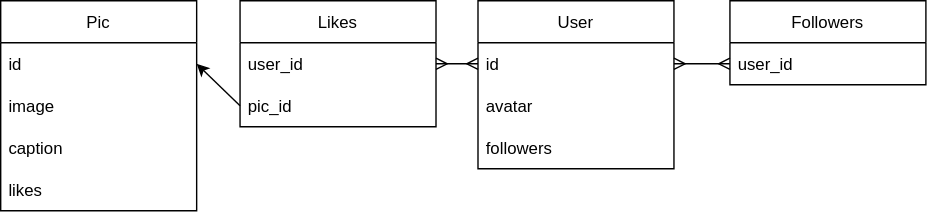
Before: 4 Django/demo/picster/db.drawio.svg, a diagram exported from draw.io (PdxCodeGuild/Class_Raven). Source tidied: cells renumbered, new cells last; positions are measured from the earlier drawing's top-left corner, leaving out a move shared by most shapes.
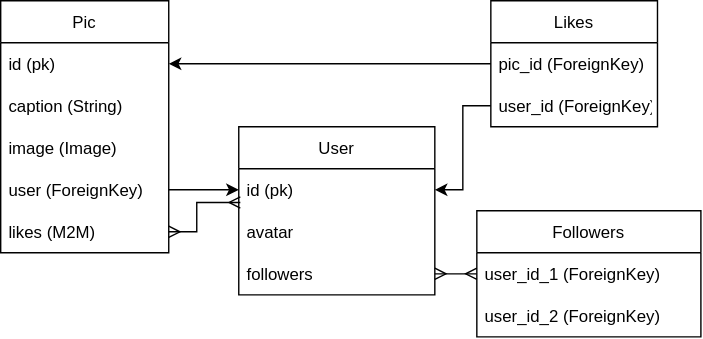
The same diagram one commit later.

Change to the diagram source:
```diff
@@ -3,33 +3,36 @@
     <mxCell id="0" />
     <mxCell id="1" parent="0" />
     <mxCell id="2" value="Pic" style="swimlane;fontStyle=0;horizontal=1;startSize=30;" parent="1" vertex="1">
-      <mxGeometry width="140" height="150" as="geometry" />
+      <mxGeometry x="161" y="-100" width="120" height="180" as="geometry" />
     </mxCell>
-    <mxCell id="3" value="id" style="text;strokeColor=none;fillColor=none;align=left;verticalAlign=middle;spacingLeft=4;spacingRight=4;overflow=hidden;points=[[0,0.5],[1,0.5]];portConstraint=eastwest;" parent="2" vertex="1">
-      <mxGeometry y="30" width="140" height="30" as="geometry" />
+    <mxCell id="3" value="id (pk)" style="text;strokeColor=none;fillColor=none;align=left;verticalAlign=middle;spacingLeft=4;spacingRight=4;overflow=hidden;points=[[0,0.5],[1,0.5]];portConstraint=eastwest;" parent="2" vertex="1">
+      <mxGeometry y="30" width="120" height="30" as="geometry" />
     </mxCell>
+    <mxCell id="5" value="caption (String)" style="text;strokeColor=none;fillColor=none;align=left;verticalAlign=middle;spacingLeft=4;spacingRight=4;overflow=hidden;" parent="2" vertex="1">
+      <mxGeometry y="60" width="120" height="30" as="geometry" />
+    </mxCell>
-    <mxCell id="4" value="image" style="text;strokeColor=none;fillColor=none;align=left;verticalAlign=middle;spacingLeft=4;spacingRight=4;overflow=hidden;" parent="2" vertex="1">
-      <mxGeometry y="60" width="140" height="30" as="geometry" />
+    <mxCell id="4" value="image (Image)" style="text;strokeColor=none;fillColor=none;align=left;verticalAlign=middle;spacingLeft=4;spacingRight=4;overflow=hidden;" parent="2" vertex="1">
+      <mxGeometry y="90" width="120" height="30" as="geometry" />
     </mxCell>
-    <mxCell id="5" value="caption" style="text;strokeColor=none;fillColor=none;align=left;verticalAlign=middle;spacingLeft=4;spacingRight=4;overflow=hidden;" parent="2" vertex="1">
-      <mxGeometry y="90" width="140" height="30" as="geometry" />
-    </mxCell>
+    <mxCell id="19" value="user (ForeignKey)" style="text;strokeColor=none;fillColor=none;align=left;verticalAlign=middle;spacingLeft=4;spacingRight=4;overflow=hidden;points=[[0,0.5],[1,0.5]];portConstraint=eastwest;" parent="2" vertex="1">
+      <mxGeometry y="120" width="120" height="30" as="geometry" />
+    </mxCell>
-    <mxCell id="6" value="likes" style="text;strokeColor=none;fillColor=none;align=left;verticalAlign=middle;spacingLeft=4;spacingRight=4;overflow=hidden;points=[[0,0.5],[1,0.5]];portConstraint=eastwest;" parent="2" vertex="1">
-      <mxGeometry y="120" width="140" height="30" as="geometry" />
+    <mxCell id="6" value="likes (M2M)" style="text;strokeColor=none;fillColor=none;align=left;verticalAlign=middle;spacingLeft=4;spacingRight=4;overflow=hidden;points=[[0,0.5],[1,0.5]];portConstraint=eastwest;" parent="2" vertex="1">
+      <mxGeometry y="150" width="120" height="30" as="geometry" />
     </mxCell>
     <mxCell id="7" value="Likes" style="swimlane;fontStyle=0;horizontal=1;startSize=30;" parent="1" vertex="1">
-      <mxGeometry x="171" width="140" height="90" as="geometry" />
+      <mxGeometry x="511" y="-100" width="119" height="90" as="geometry" />
     </mxCell>
+    <mxCell id="9" value="pic_id (ForeignKey)" style="text;strokeColor=none;fillColor=none;align=left;verticalAlign=middle;spacingLeft=4;spacingRight=4;overflow=hidden;points=[[0,0.5],[1,0.5]];portConstraint=eastwest;" parent="7" vertex="1">
+      <mxGeometry y="30" width="119" height="30" as="geometry" />
+    </mxCell>
-    <mxCell id="8" value="user_id" style="text;strokeColor=none;fillColor=none;align=left;verticalAlign=middle;spacingLeft=4;spacingRight=4;overflow=hidden;points=[[0,0.5],[1,0.5]];portConstraint=eastwest;" parent="7" vertex="1">
-      <mxGeometry y="30" width="140" height="30" as="geometry" />
+    <mxCell id="8" value="user_id (ForeignKey)" style="text;strokeColor=none;fillColor=none;align=left;verticalAlign=middle;spacingLeft=4;spacingRight=4;overflow=hidden;points=[[0,0.5],[1,0.5]];portConstraint=eastwest;" parent="7" vertex="1">
+      <mxGeometry y="60" width="119" height="30" as="geometry" />
     </mxCell>
-    <mxCell id="9" value="pic_id" style="text;strokeColor=none;fillColor=none;align=left;verticalAlign=middle;spacingLeft=4;spacingRight=4;overflow=hidden;points=[[0,0.5],[1,0.5]];portConstraint=eastwest;" parent="7" vertex="1">
-      <mxGeometry y="60" width="140" height="30" as="geometry" />
-    </mxCell>
     <mxCell id="10" value="User" style="swimlane;fontStyle=0;horizontal=1;startSize=30;" parent="1" vertex="1">
-      <mxGeometry x="341" width="140" height="120" as="geometry" />
+      <mxGeometry x="331" y="-10" width="140" height="120" as="geometry" />
     </mxCell>
-    <mxCell id="11" value="id" style="text;strokeColor=none;fillColor=none;align=left;verticalAlign=middle;spacingLeft=4;spacingRight=4;overflow=hidden;points=[[0,0.5],[1,0.5]];portConstraint=eastwest;" parent="10" vertex="1">
+    <mxCell id="11" value="id (pk)" style="text;strokeColor=none;fillColor=none;align=left;verticalAlign=middle;spacingLeft=4;spacingRight=4;overflow=hidden;points=[[0,0.5],[1,0.5]];portConstraint=eastwest;" parent="10" vertex="1">
       <mxGeometry y="30" width="140" height="30" as="geometry" />
     </mxCell>
     <mxCell id="12" value="avatar" style="text;strokeColor=none;fillColor=none;align=left;verticalAlign=middle;spacingLeft=4;spacingRight=4;overflow=hidden;" parent="10" vertex="1">
@@ -38,25 +41,45 @@
     <mxCell id="13" value="followers" style="text;strokeColor=none;fillColor=none;align=left;verticalAlign=middle;spacingLeft=4;spacingRight=4;overflow=hidden;points=[[0,0.5],[1,0.5]];portConstraint=eastwest;" parent="10" vertex="1">
       <mxGeometry y="90" width="140" height="30" as="geometry" />
     </mxCell>
-    <mxCell id="14" style="edgeStyle=none;html=1;entryX=1;entryY=0.5;entryDx=0;entryDy=0;exitX=0;exitY=0.5;exitDx=0;exitDy=0;" parent="1" edge="1" source="9" target="3">
-      <mxGeometry relative="1" as="geometry" />
-    </mxCell>
     <mxCell id="15" value="Followers" style="swimlane;fontStyle=0;horizontal=1;startSize=30;" parent="1" vertex="1">
-      <mxGeometry x="521" width="140" height="60" as="geometry" />
+      <mxGeometry x="501" y="50" width="160" height="90" as="geometry" />
     </mxCell>
-    <mxCell id="16" value="user_id" style="text;strokeColor=none;fillColor=none;align=left;verticalAlign=middle;spacingLeft=4;spacingRight=4;overflow=hidden;points=[[0,0.5],[1,0.5]];portConstraint=eastwest;" parent="15" vertex="1">
-      <mxGeometry y="30" width="140" height="30" as="geometry" />
+    <mxCell id="16" value="user_id_1 (ForeignKey)" style="text;strokeColor=none;fillColor=none;align=left;verticalAlign=middle;spacingLeft=4;spacingRight=4;overflow=hidden;points=[[0,0.5],[1,0.5]];portConstraint=eastwest;" parent="15" vertex="1">
+      <mxGeometry y="30" width="160" height="30" as="geometry" />
     </mxCell>
+    <mxCell id="20" value="user_id_2 (ForeignKey)" style="text;strokeColor=none;fillColor=none;align=left;verticalAlign=middle;spacingLeft=4;spacingRight=4;overflow=hidden;" parent="15" vertex="1">
+      <mxGeometry y="60" width="160" height="30" as="geometry" />
+    </mxCell>
-    <mxCell id="17" style="edgeStyle=none;html=1;exitX=1;exitY=0.5;exitDx=0;exitDy=0;exitPerimeter=0;entryX=0;entryY=0.5;entryDx=0;entryDy=0;startArrow=ERmany;startFill=0;endArrow=ERmany;endFill=0;" parent="1" edge="1" source="11">
-      <mxGeometry relative="1" as="geometry">
-        <mxPoint x="521" y="45" as="targetPoint" />
-        <Array as="points">
-          <mxPoint x="501" y="45" />
-        </Array>
-      </mxGeometry>
+    <mxCell id="17" style="edgeStyle=none;html=1;entryX=0;entryY=0.5;entryDx=0;entryDy=0;startArrow=ERmany;startFill=0;endArrow=ERmany;endFill=0;entryPerimeter=0;exitX=1;exitY=0.5;exitDx=0;exitDy=0;" parent="1" edge="1" source="13" target="16">
+      <mxGeometry relative="1" as="geometry" />
     </mxCell>
+    <mxCell id="21" style="edgeStyle=none;html=1;entryX=0;entryY=0.5;entryDx=0;entryDy=0;startArrow=none;startFill=0;endArrow=classic;endFill=1;exitX=1;exitY=0.5;exitDx=0;exitDy=0;" parent="1" edge="1" source="19" target="11">
+      <mxGeometry relative="1" as="geometry" />
+    </mxCell>
+    <mxCell id="22" style="edgeStyle=none;html=1;entryX=1;entryY=0.5;entryDx=0;entryDy=0;startArrow=ERmany;startFill=0;endArrow=ERmany;endFill=0;exitX=0.008;exitY=0.801;exitDx=0;exitDy=0;exitPerimeter=0;rounded=0;" parent="1" edge="1" source="11" target="6">
+      <mxGeometry relative="1" as="geometry">
+        <Array as="points">
+          <mxPoint x="301" y="44" />
+          <mxPoint x="301" y="65" />
+        </Array>
+      </mxGeometry>
+    </mxCell>
+    <mxCell id="23" style="edgeStyle=none;rounded=0;html=1;exitX=0;exitY=0.5;exitDx=0;exitDy=0;entryX=1;entryY=0.5;entryDx=0;entryDy=0;startArrow=none;startFill=0;endArrow=classic;endFill=1;" parent="1" edge="1">
+      <mxGeometry relative="1" as="geometry">
+        <mxPoint x="511" y="-55" as="sourcePoint" />
+        <mxPoint x="281" y="-55" as="targetPoint" />
+        <Array as="points">
+          <mxPoint x="401" y="-55" />
+        </Array>
+      </mxGeometry>
+    </mxCell>
-    <mxCell id="18" style="edgeStyle=none;html=1;exitX=1;exitY=0.5;exitDx=0;exitDy=0;exitPerimeter=0;entryX=0;entryY=0.5;entryDx=0;entryDy=0;startArrow=ERmany;startFill=0;endArrow=ERmany;endFill=0;" parent="1" edge="1" source="8" target="11">
-      <mxGeometry relative="1" as="geometry" />
+    <mxCell id="18" style="edgeStyle=none;rounded=0;html=1;exitX=0;exitY=0.5;exitDx=0;exitDy=0;entryX=1;entryY=0.5;entryDx=0;entryDy=0;startArrow=none;startFill=0;endArrow=classic;endFill=1;" parent="1" edge="1" source="8" target="11">
+      <mxGeometry relative="1" as="geometry">
+        <Array as="points">
+          <mxPoint x="491" y="-25" />
+          <mxPoint x="491" y="35" />
+        </Array>
+      </mxGeometry>
     </mxCell>
   </root>
 </mxGraphModel>
```
